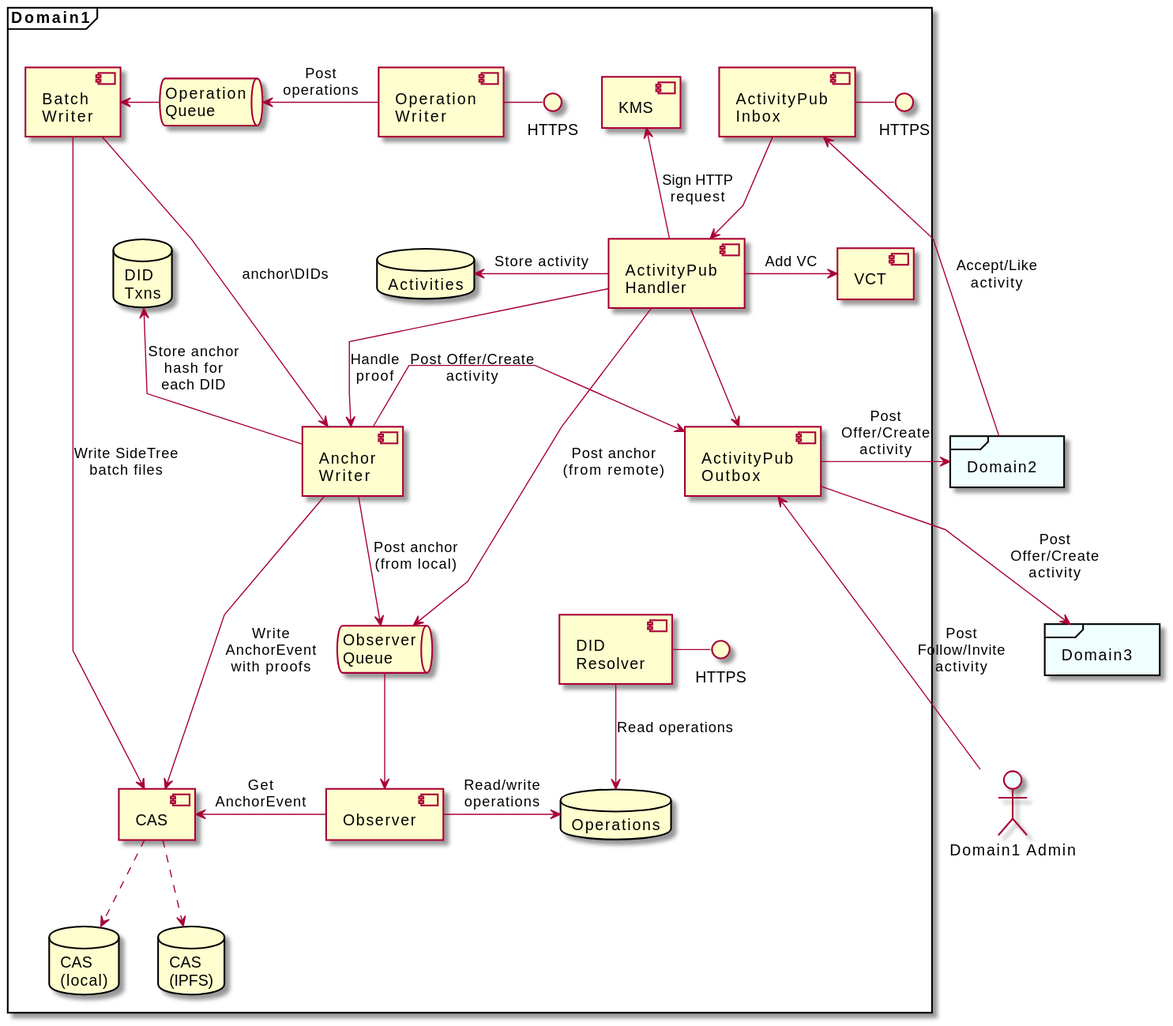
trustbloc/docs keeps this PlantUML diagram as docs/source/_static/orb/components.svg. Above is the earlier version.
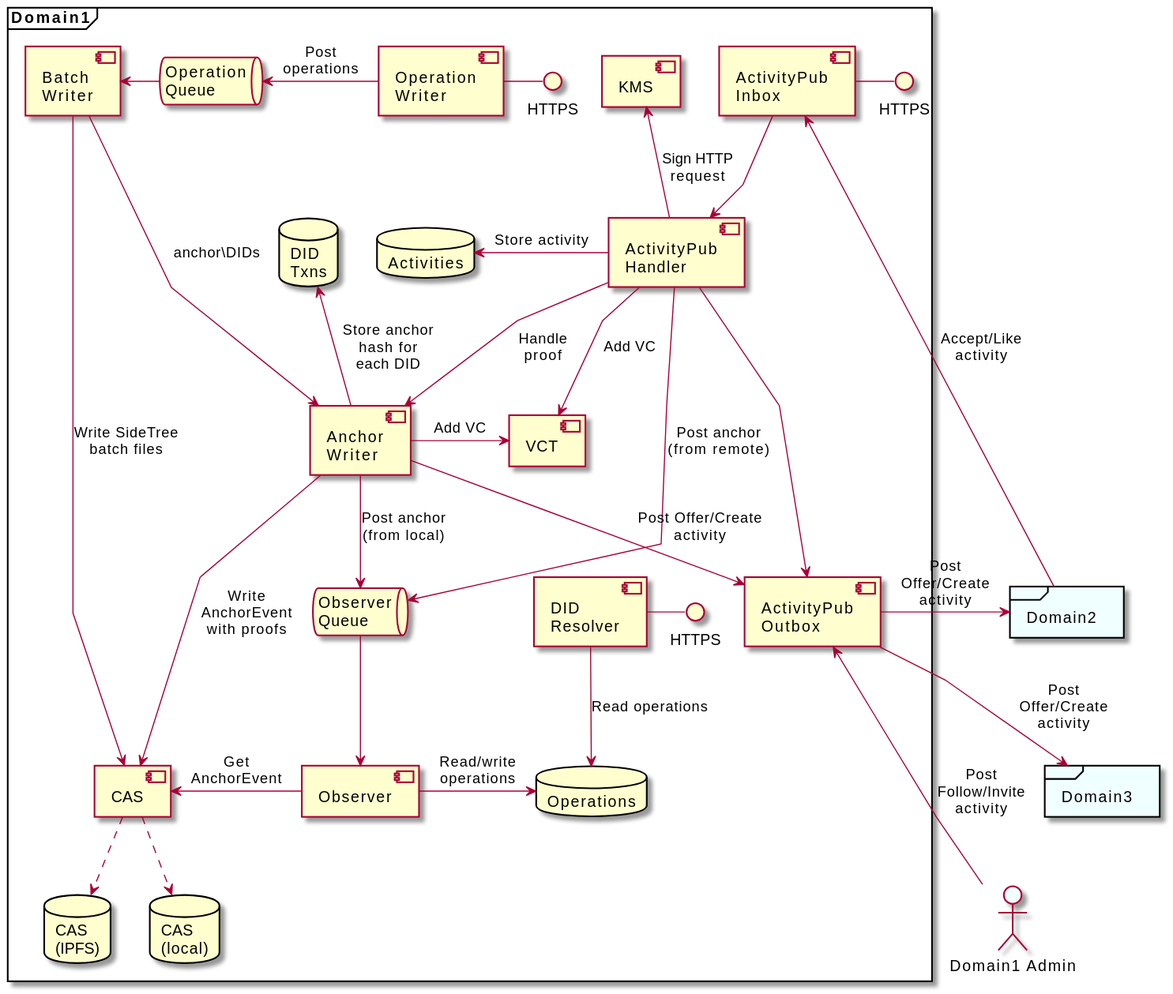
Above is the later version.

Commit message:
docs: Add link from Anchor Writer to VCT in Orb Introduction

The edit, as a diff of the source:
```diff
@@ -62,7 +62,8 @@
   batch_writer ---> anchor_writer : anchor\DIDs
 
   anchor_writer -> cas : Write\nAnchorEvent\nwith proofs
-  anchor_writer -> apoutbox : Post Offer/Create\nactivity
+  anchor_writer -> vct : Add VC
+  anchor_writer --> apoutbox : Post Offer/Create\nactivity
 
   cas ..> casdb
   cas ..> ipfs
```
